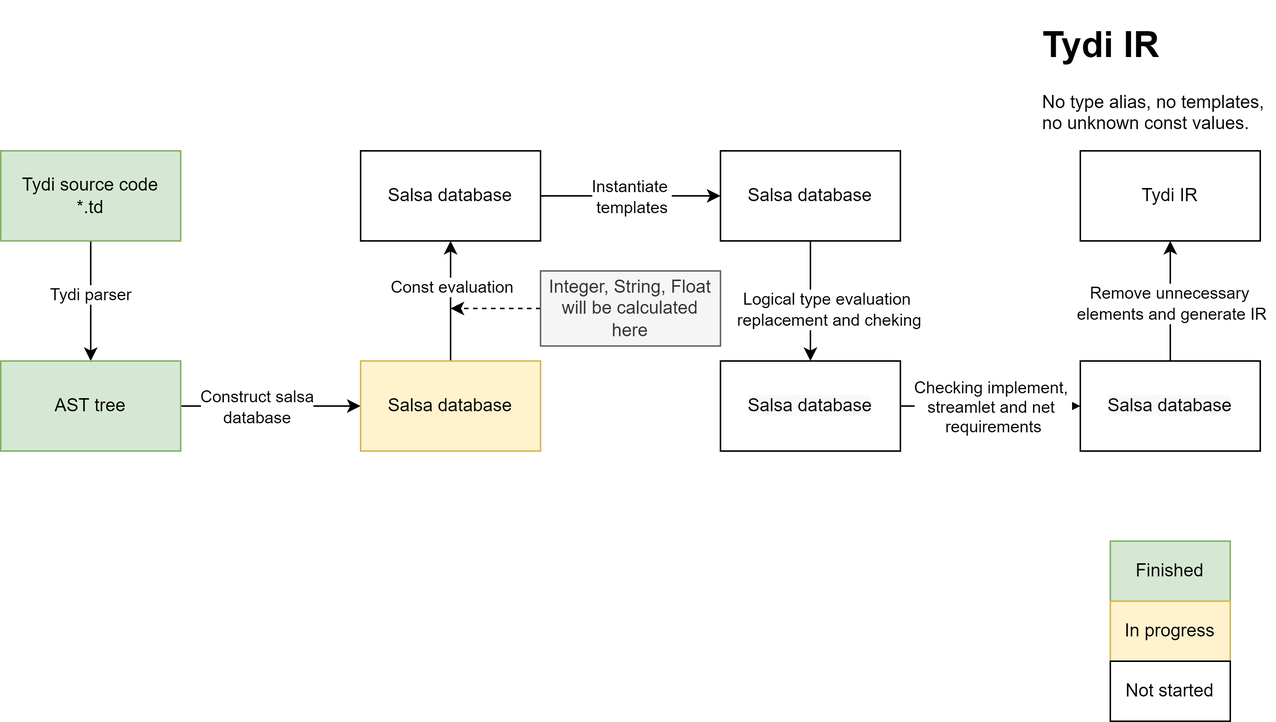
Above: progress.drawio.png in twoentartian/tydi-lang (draw.io), before the change. Source tidied: cells renumbered, new cells last; positions are measured from the earlier drawing's top-left corner, leaving out a move shared by most shapes.
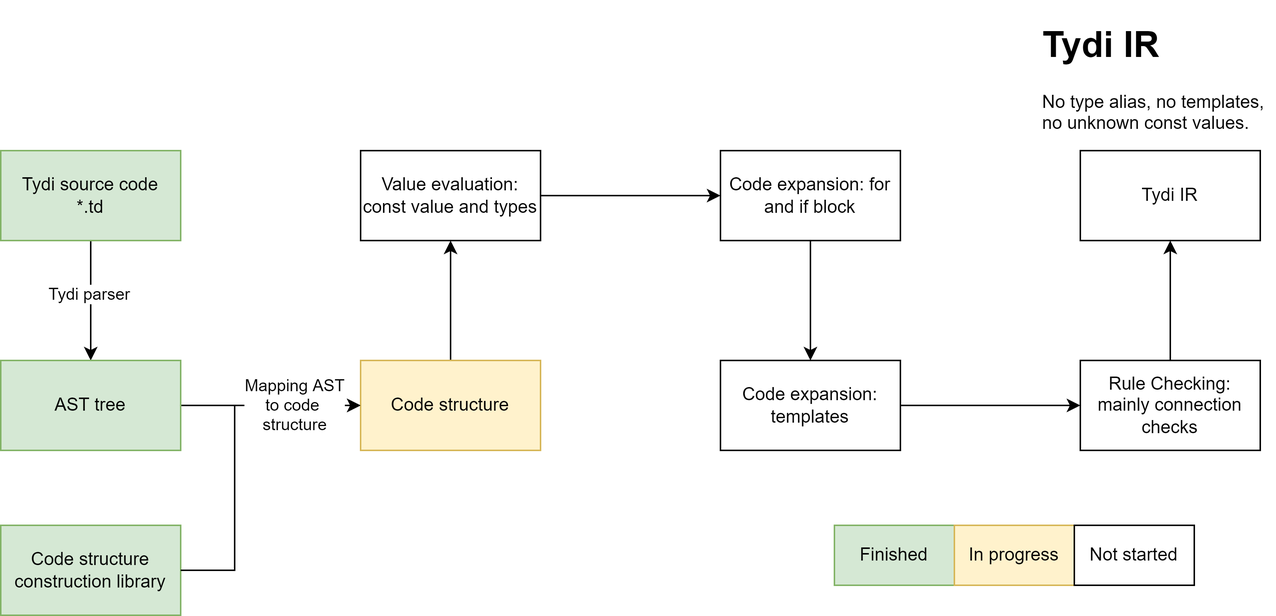
The same file after the commit.

What changed in the source:
```diff
@@ -14,91 +14,69 @@
     <mxCell id="5" style="edgeStyle=orthogonalEdgeStyle;rounded=0;jettySize=auto;html=1;exitX=0.5;exitY=0;exitDx=0;exitDy=0;" parent="1" edge="1" source="19" target="12">
       <mxGeometry relative="1" as="geometry" />
     </mxCell>
-    <mxCell id="6" value="Const evaluation" style="edgeLabel;html=1;align=center;verticalAlign=middle;" parent="5" vertex="1">
-      <mxGeometry x="-0.34" relative="1" as="geometry">
-        <mxPoint y="-24" as="offset" />
-      </mxGeometry>
-    </mxCell>
     <mxCell id="7" style="edgeStyle=orthogonalEdgeStyle;rounded=0;jettySize=auto;html=1;" parent="1" edge="1" source="9" target="19">
       <mxGeometry relative="1" as="geometry" />
     </mxCell>
-    <mxCell id="8" value="Construct salsa&lt;br&gt;database" style="edgeLabel;html=1;align=center;verticalAlign=middle;" parent="7" vertex="1">
-      <mxGeometry x="-0.4" y="-1" relative="1" as="geometry">
-        <mxPoint x="14" y="-1" as="offset" />
-      </mxGeometry>
-    </mxCell>
     <mxCell id="9" value="AST tree" style="rounded=0;whiteSpace=wrap;html=1;fillColor=#d5e8d4;strokeColor=#82b366;" parent="1" vertex="1">
       <mxGeometry y="230" width="120" height="60" as="geometry" />
     </mxCell>
     <mxCell id="10" style="edgeStyle=orthogonalEdgeStyle;rounded=0;jettySize=auto;html=1;" parent="1" edge="1" source="12" target="17">
       <mxGeometry relative="1" as="geometry" />
     </mxCell>
-    <mxCell id="11" value="Instantiate &lt;br&gt;templates" style="edgeLabel;html=1;align=center;verticalAlign=middle;" parent="10" vertex="1">
-      <mxGeometry x="-0.22" y="1" relative="1" as="geometry">
-        <mxPoint x="13" y="1" as="offset" />
-      </mxGeometry>
-    </mxCell>
-    <mxCell id="12" value="Salsa database" style="rounded=0;whiteSpace=wrap;html=1;" parent="1" vertex="1">
+    <mxCell id="12" value="Value evaluation: const value and types" style="rounded=0;whiteSpace=wrap;html=1;" parent="1" vertex="1">
       <mxGeometry x="240" y="90" width="120" height="60" as="geometry" />
     </mxCell>
-    <mxCell id="13" style="endArrow=classic;html=1;rounded=0;exitX=0;exitY=0.5;exitDx=0;exitDy=0;dashed=1;" parent="1" edge="1" source="14">
-      <mxGeometry relative="1" as="geometry">
-        <mxPoint x="300" y="195" as="targetPoint" />
-      </mxGeometry>
-    </mxCell>
-    <mxCell id="14" value="Integer, String, Float will be calculated here" style="rounded=0;whiteSpace=wrap;html=1;fillColor=#f5f5f5;fontColor=#333333;strokeColor=#666666;" parent="1" vertex="1">
-      <mxGeometry x="360" y="170" width="120" height="50" as="geometry" />
-    </mxCell>
     <mxCell id="15" style="edgeStyle=orthogonalEdgeStyle;rounded=0;jettySize=auto;html=1;" parent="1" edge="1" source="17" target="22">
       <mxGeometry relative="1" as="geometry" />
     </mxCell>
-    <mxCell id="16" value="Logical type evaluation&lt;br&gt;&amp;nbsp;replacement and cheking" style="edgeLabel;html=1;align=center;verticalAlign=middle;" parent="15" vertex="1">
-      <mxGeometry x="-0.15" relative="1" as="geometry">
-        <mxPoint x="10" y="11" as="offset" />
-      </mxGeometry>
-    </mxCell>
-    <mxCell id="17" value="&lt;span&gt;Salsa database&lt;/span&gt;" style="rounded=0;whiteSpace=wrap;html=1;" parent="1" vertex="1">
+    <mxCell id="17" value="Code expansion: for and if block" style="rounded=0;whiteSpace=wrap;html=1;" parent="1" vertex="1">
       <mxGeometry x="480" y="90" width="120" height="60" as="geometry" />
     </mxCell>
     <mxCell id="18" value="Tydi IR" style="rounded=0;whiteSpace=wrap;html=1;" parent="1" vertex="1">
       <mxGeometry x="720" y="90" width="120" height="60" as="geometry" />
     </mxCell>
-    <mxCell id="19" value="Salsa database" style="rounded=0;whiteSpace=wrap;html=1;fillColor=#fff2cc;strokeColor=#d6b656;" parent="1" vertex="1">
+    <mxCell id="19" value="Code structure" style="rounded=0;whiteSpace=wrap;html=1;fillColor=#fff2cc;strokeColor=#d6b656;" parent="1" vertex="1">
       <mxGeometry x="240" y="230" width="120" height="60" as="geometry" />
     </mxCell>
     <mxCell id="20" style="edgeStyle=orthogonalEdgeStyle;rounded=0;jettySize=auto;html=1;" parent="1" edge="1" source="22" target="25">
       <mxGeometry relative="1" as="geometry" />
     </mxCell>
-    <mxCell id="21" value="Checking implement, &lt;br&gt;streamlet and net &lt;br&gt;requirements" style="edgeLabel;html=1;align=center;verticalAlign=middle;" parent="20" vertex="1">
-      <mxGeometry x="-0.14" relative="1" as="geometry">
-        <mxPoint x="9" as="offset" />
-      </mxGeometry>
-    </mxCell>
-    <mxCell id="22" value="&lt;span style=&quot;color: rgb(0 , 0 , 0) ; font-family: &amp;#34;helvetica&amp;#34; ; font-size: 12px ; font-style: normal ; font-weight: 400 ; letter-spacing: normal ; text-align: center ; text-indent: 0px ; text-transform: none ; word-spacing: 0px ; background-color: rgb(248 , 249 , 250) ; display: inline ; float: none&quot;&gt;Salsa database&lt;/span&gt;" style="rounded=0;whiteSpace=wrap;html=1;" parent="1" vertex="1">
+    <mxCell id="22" value="Code expansion: templates" style="rounded=0;whiteSpace=wrap;html=1;" parent="1" vertex="1">
       <mxGeometry x="480" y="230" width="120" height="60" as="geometry" />
     </mxCell>
     <mxCell id="23" style="edgeStyle=orthogonalEdgeStyle;rounded=0;jettySize=auto;html=1;" parent="1" edge="1" source="25" target="18">
       <mxGeometry relative="1" as="geometry" />
     </mxCell>
-    <mxCell id="24" value="Remove unnecessary &lt;br&gt;elements and generate IR" style="edgeLabel;html=1;align=center;verticalAlign=middle;" parent="23" vertex="1">
-      <mxGeometry x="0.21" relative="1" as="geometry">
-        <mxPoint y="9" as="offset" />
-      </mxGeometry>
-    </mxCell>
-    <mxCell id="25" value="&lt;span style=&quot;color: rgb(0 , 0 , 0) ; font-size: 12px ; font-style: normal ; font-weight: 400 ; letter-spacing: normal ; text-align: center ; text-indent: 0px ; text-transform: none ; word-spacing: 0px ; font-family: &amp;#34;helvetica&amp;#34; ; background-color: rgb(248 , 249 , 250) ; display: inline ; float: none&quot;&gt;Salsa database&lt;/span&gt;" style="rounded=0;whiteSpace=wrap;html=1;" parent="1" vertex="1">
+    <mxCell id="25" value="&lt;font face=&quot;helvetica&quot;&gt;Rule Checking: mainly connection checks&lt;/font&gt;" style="rounded=0;whiteSpace=wrap;html=1;" parent="1" vertex="1">
       <mxGeometry x="720" y="230" width="120" height="60" as="geometry" />
     </mxCell>
     <mxCell id="26" value="&lt;h1&gt;Tydi IR&lt;/h1&gt;&lt;div&gt;No type alias, no templates, no unknown const values.&lt;/div&gt;" style="text;html=1;strokeColor=none;fillColor=none;spacing=5;spacingTop=-20;whiteSpace=wrap;overflow=hidden;rounded=0;" parent="1" vertex="1">
       <mxGeometry x="690" width="160" height="90" as="geometry" />
     </mxCell>
     <mxCell id="27" value="Finished" style="rounded=0;whiteSpace=wrap;html=1;fillColor=#d5e8d4;strokeColor=#82b366;" parent="1" vertex="1">
-      <mxGeometry x="740" y="350" width="80" height="40" as="geometry" />
+      <mxGeometry x="556" y="340" width="80" height="40" as="geometry" />
     </mxCell>
     <mxCell id="28" value="In progress" style="rounded=0;whiteSpace=wrap;html=1;fillColor=#fff2cc;strokeColor=#d6b656;" parent="1" vertex="1">
-      <mxGeometry x="740" y="390" width="80" height="40" as="geometry" />
+      <mxGeometry x="636" y="340" width="80" height="40" as="geometry" />
     </mxCell>
     <mxCell id="29" value="Not started" style="rounded=0;whiteSpace=wrap;html=1;" parent="1" vertex="1">
-      <mxGeometry x="740" y="430" width="80" height="40" as="geometry" />
+      <mxGeometry x="716" y="340" width="80" height="40" as="geometry" />
     </mxCell>
+    <mxCell id="30" value="Code structure construction library" style="rounded=0;whiteSpace=wrap;html=1;fillColor=#d5e8d4;strokeColor=#82b366;" parent="1" vertex="1">
+      <mxGeometry y="340" width="120" height="60" as="geometry" />
+    </mxCell>
+    <mxCell id="31" style="endArrow=classic;html=1;rounded=0;exitX=1;exitY=0.5;exitDx=0;exitDy=0;entryX=0;entryY=0.5;entryDx=0;entryDy=0;" parent="1" edge="1" source="30" target="19">
+      <mxGeometry relative="1" as="geometry">
+        <Array as="points">
+          <mxPoint x="156" y="370" />
+          <mxPoint x="156" y="260" />
+        </Array>
+      </mxGeometry>
+    </mxCell>
+    <mxCell id="32" value="Mapping AST&lt;br&gt;to code&amp;nbsp;&lt;br&gt;structure" style="edgeLabel;html=1;align=center;verticalAlign=middle;" parent="31" vertex="1">
+      <mxGeometry x="0.48" relative="1" as="geometry">
+        <mxPoint x="16" as="offset" />
+      </mxGeometry>
+    </mxCell>
   </root>
 </mxGraphModel>
```
